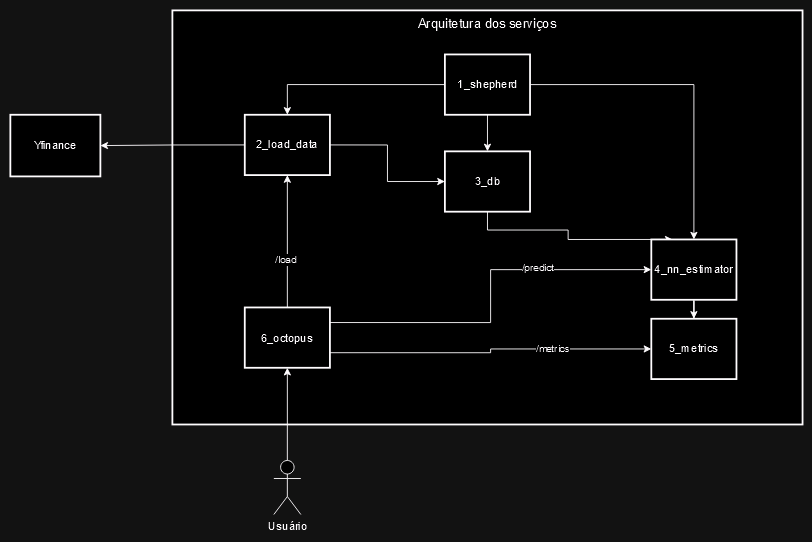
Before: arch.png, a diagram exported from draw.io (MarcioAjunior/tech_challange_4). Source tidied: cells renumbered, new cells last; positions are measured from the earlier drawing's top-left corner, leaving out a move shared by most shapes.
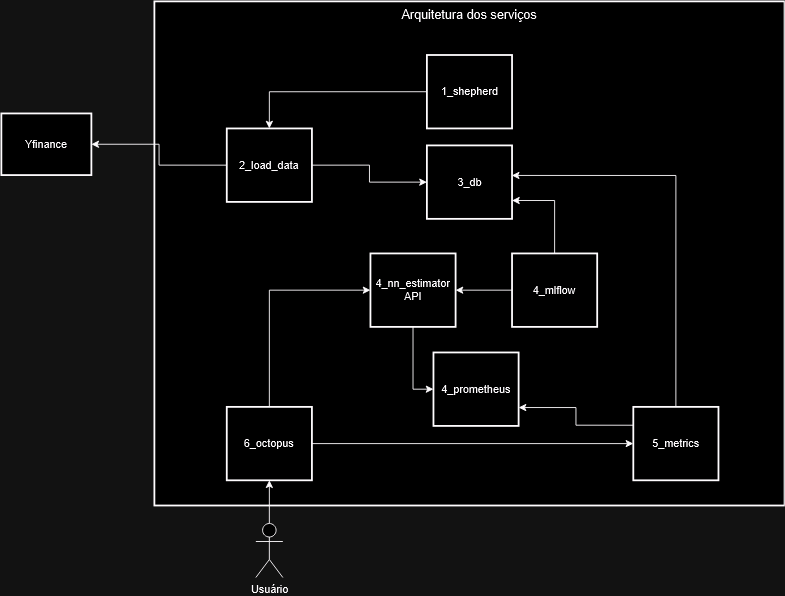
After the change.

Diff of the diagram source:
```diff
@@ -3,69 +3,61 @@
     <mxCell id="0" />
     <mxCell id="1" parent="0" />
     <mxCell id="2" value="Arquitetura dos serviços" style="whiteSpace=wrap;strokeWidth=2;verticalAlign=top;fontSize=14;" parent="1" vertex="1">
-      <mxGeometry x="180" width="700" height="460" as="geometry" />
+      <mxGeometry x="200" y="-30" width="700" height="560" as="geometry" />
     </mxCell>
     <mxCell id="3" style="edgeStyle=orthogonalEdgeStyle;rounded=0;jettySize=auto;html=1;exitX=0;exitY=0.5;exitDx=0;exitDy=0;entryX=0.5;entryY=0;entryDx=0;entryDy=0;" parent="2" edge="1" source="6" target="8">
       <mxGeometry relative="1" as="geometry" />
     </mxCell>
-    <mxCell id="4" style="edgeStyle=orthogonalEdgeStyle;rounded=0;jettySize=auto;html=1;exitX=0.5;exitY=1;exitDx=0;exitDy=0;" parent="2" edge="1" source="6" target="10">
-      <mxGeometry relative="1" as="geometry" />
-    </mxCell>
-    <mxCell id="5" style="edgeStyle=orthogonalEdgeStyle;rounded=0;jettySize=auto;html=1;exitX=1;exitY=0.5;exitDx=0;exitDy=0;" parent="2" edge="1" source="6" target="12">
-      <mxGeometry relative="1" as="geometry" />
-    </mxCell>
     <mxCell id="6" value="1_shepherd" style="whiteSpace=wrap;strokeWidth=2;" parent="2" vertex="1">
-      <mxGeometry x="302.7" y="48.9" width="94.6" height="67" as="geometry" />
+      <mxGeometry x="302.7" y="59.6" width="94.6" height="81.6" as="geometry" />
     </mxCell>
     <mxCell id="7" style="edgeStyle=orthogonalEdgeStyle;rounded=0;jettySize=auto;html=1;exitX=1;exitY=0.5;exitDx=0;exitDy=0;entryX=0;entryY=0.5;entryDx=0;entryDy=0;" parent="2" edge="1" source="8" target="10">
       <mxGeometry relative="1" as="geometry" />
     </mxCell>
     <mxCell id="8" value="2_load_data" style="whiteSpace=wrap;strokeWidth=2;" parent="2" vertex="1">
-      <mxGeometry x="80.4" y="115.9" width="94.6" height="67" as="geometry" />
+      <mxGeometry x="80.4" y="141.2" width="94.6" height="81.6" as="geometry" />
     </mxCell>
-    <mxCell id="9" style="edgeStyle=orthogonalEdgeStyle;rounded=0;jettySize=auto;html=1;exitX=0.5;exitY=1;exitDx=0;exitDy=0;entryX=0.25;entryY=0;entryDx=0;entryDy=0;" parent="2" edge="1" source="10" target="12">
-      <mxGeometry relative="1" as="geometry">
-        <Array as="points">
-          <mxPoint x="350" y="244" />
-          <mxPoint x="439.6" y="244" />
-        </Array>
-      </mxGeometry>
-    </mxCell>
     <mxCell id="10" value="3_db" style="whiteSpace=wrap;strokeWidth=2;" parent="2" vertex="1">
-      <mxGeometry x="302.7" y="156.6" width="94.6" height="67" as="geometry" />
+      <mxGeometry x="302.7" y="160" width="94.6" height="81.6" as="geometry" />
     </mxCell>
-    <mxCell id="11" style="edgeStyle=orthogonalEdgeStyle;rounded=0;jettySize=auto;html=1;exitX=0.5;exitY=1;exitDx=0;exitDy=0;" parent="2" edge="1" source="12" target="13">
-      <mxGeometry relative="1" as="geometry" />
-    </mxCell>
+    <mxCell id="25" style="edgeStyle=orthogonalEdgeStyle;rounded=0;jettySize=auto;html=1;exitX=0.5;exitY=1;exitDx=0;exitDy=0;entryX=0;entryY=0.5;entryDx=0;entryDy=0;" parent="2" edge="1" source="12" target="31">
+      <mxGeometry relative="1" as="geometry" />
+    </mxCell>
-    <mxCell id="12" value="4_nn_estimator" style="whiteSpace=wrap;strokeWidth=2;" parent="2" vertex="1">
-      <mxGeometry x="532" y="254.5" width="94.6" height="67" as="geometry" />
+    <mxCell id="12" value="4_nn_estimator&#10;API" style="whiteSpace=wrap;strokeWidth=2;" parent="2" vertex="1">
+      <mxGeometry x="240" y="280" width="94.6" height="81.6" as="geometry" />
     </mxCell>
+    <mxCell id="26" style="edgeStyle=orthogonalEdgeStyle;rounded=0;jettySize=auto;html=1;exitX=0.5;exitY=0;exitDx=0;exitDy=0;entryX=0.997;entryY=0.409;entryDx=0;entryDy=0;entryPerimeter=0;" parent="2" edge="1" source="13" target="10">
+      <mxGeometry relative="1" as="geometry" />
+    </mxCell>
+    <mxCell id="27" style="edgeStyle=orthogonalEdgeStyle;rounded=0;jettySize=auto;html=1;exitX=0;exitY=0.25;exitDx=0;exitDy=0;entryX=1;entryY=0.75;entryDx=0;entryDy=0;" parent="2" edge="1" source="13" target="31">
+      <mxGeometry relative="1" as="geometry" />
+    </mxCell>
     <mxCell id="13" value="5_metrics" style="whiteSpace=wrap;strokeWidth=2;" parent="2" vertex="1">
-      <mxGeometry x="532" y="342.6" width="94.6" height="67" as="geometry" />
+      <mxGeometry x="532" y="450.4" width="94.6" height="81.6" as="geometry" />
     </mxCell>
-    <mxCell id="14" style="edgeStyle=orthogonalEdgeStyle;rounded=0;jettySize=auto;html=1;exitX=0.5;exitY=0;exitDx=0;exitDy=0;entryX=0.5;entryY=1;entryDx=0;entryDy=0;" parent="2" edge="1" source="20" target="8">
-      <mxGeometry relative="1" as="geometry" />
-    </mxCell>
-    <mxCell id="15" value="&lt;div&gt;/load&lt;/div&gt;" style="edgeLabel;html=1;align=center;verticalAlign=middle;" parent="14" vertex="1">
-      <mxGeometry x="-0.27" y="2" relative="1" as="geometry" />
-    </mxCell>
+    <mxCell id="18" style="edgeStyle=orthogonalEdgeStyle;rounded=0;jettySize=auto;html=1;exitX=1;exitY=0.5;exitDx=0;exitDy=0;entryX=0;entryY=0.5;entryDx=0;entryDy=0;" parent="2" edge="1" source="20" target="13">
+      <mxGeometry relative="1" as="geometry" />
+    </mxCell>
-    <mxCell id="16" style="edgeStyle=orthogonalEdgeStyle;rounded=0;jettySize=auto;html=1;exitX=1;exitY=0.25;exitDx=0;exitDy=0;entryX=0;entryY=0.5;entryDx=0;entryDy=0;" parent="2" edge="1" source="20" target="12">
+    <mxCell id="16" style="edgeStyle=orthogonalEdgeStyle;rounded=0;jettySize=auto;html=1;exitX=0.5;exitY=0;exitDx=0;exitDy=0;entryX=0;entryY=0.5;entryDx=0;entryDy=0;" parent="2" edge="1" source="20" target="12">
       <mxGeometry relative="1" as="geometry" />
     </mxCell>
-    <mxCell id="17" value="/predict" style="edgeLabel;html=1;align=center;verticalAlign=middle;" parent="16" vertex="1">
-      <mxGeometry x="0.39" y="2" relative="1" as="geometry" />
-    </mxCell>
-    <mxCell id="18" style="edgeStyle=orthogonalEdgeStyle;rounded=0;jettySize=auto;html=1;exitX=1;exitY=0.75;exitDx=0;exitDy=0;" parent="2" edge="1" source="20" target="13">
-      <mxGeometry relative="1" as="geometry" />
-    </mxCell>
-    <mxCell id="19" value="/metrics" style="edgeLabel;html=1;align=center;verticalAlign=middle;" parent="18" vertex="1">
-      <mxGeometry x="0.4" y="1" relative="1" as="geometry" />
-    </mxCell>
     <mxCell id="20" value="6_octopus" style="whiteSpace=wrap;strokeWidth=2;" parent="2" vertex="1">
-      <mxGeometry x="80.4" y="330" width="94.6" height="67" as="geometry" />
+      <mxGeometry x="80.4" y="450.4" width="94.6" height="81.6" as="geometry" />
     </mxCell>
+    <mxCell id="28" style="edgeStyle=orthogonalEdgeStyle;rounded=0;jettySize=auto;html=1;exitX=0;exitY=0.5;exitDx=0;exitDy=0;entryX=1;entryY=0.5;entryDx=0;entryDy=0;" parent="2" edge="1" source="30" target="12">
+      <mxGeometry relative="1" as="geometry" />
+    </mxCell>
+    <mxCell id="29" style="edgeStyle=orthogonalEdgeStyle;rounded=0;jettySize=auto;html=1;exitX=0.5;exitY=0;exitDx=0;exitDy=0;entryX=1;entryY=0.75;entryDx=0;entryDy=0;" parent="2" edge="1" source="30" target="10">
+      <mxGeometry relative="1" as="geometry" />
+    </mxCell>
+    <mxCell id="30" value="4_mlflow" style="whiteSpace=wrap;strokeWidth=2;" parent="2" vertex="1">
+      <mxGeometry x="397.3" y="280" width="94.6" height="81.6" as="geometry" />
+    </mxCell>
+    <mxCell id="31" value="4_prometheus" style="whiteSpace=wrap;strokeWidth=2;" parent="2" vertex="1">
+      <mxGeometry x="310" y="390" width="94.6" height="81.6" as="geometry" />
+    </mxCell>
     <mxCell id="21" value="Yfinance" style="whiteSpace=wrap;strokeWidth=2;" parent="1" vertex="1">
-      <mxGeometry y="115.9" width="100" height="68.5" as="geometry" />
+      <mxGeometry x="30" y="94.5" width="100" height="68.5" as="geometry" />
     </mxCell>
     <mxCell id="22" style="edgeStyle=orthogonalEdgeStyle;rounded=0;jettySize=auto;html=1;exitX=0;exitY=0.5;exitDx=0;exitDy=0;entryX=1;entryY=0.5;entryDx=0;entryDy=0;" parent="1" edge="1" source="8" target="21">
       <mxGeometry relative="1" as="geometry" />
@@ -74,7 +66,7 @@
       <mxGeometry relative="1" as="geometry" />
     </mxCell>
     <mxCell id="24" value="Usuário" style="shape=umlActor;verticalLabelPosition=bottom;verticalAlign=top;html=1;outlineConnect=0;" parent="1" vertex="1">
-      <mxGeometry x="292.7" y="500" width="30" height="60" as="geometry" />
+      <mxGeometry x="312.7" y="550" width="30" height="60" as="geometry" />
     </mxCell>
   </root>
 </mxGraphModel>
```
